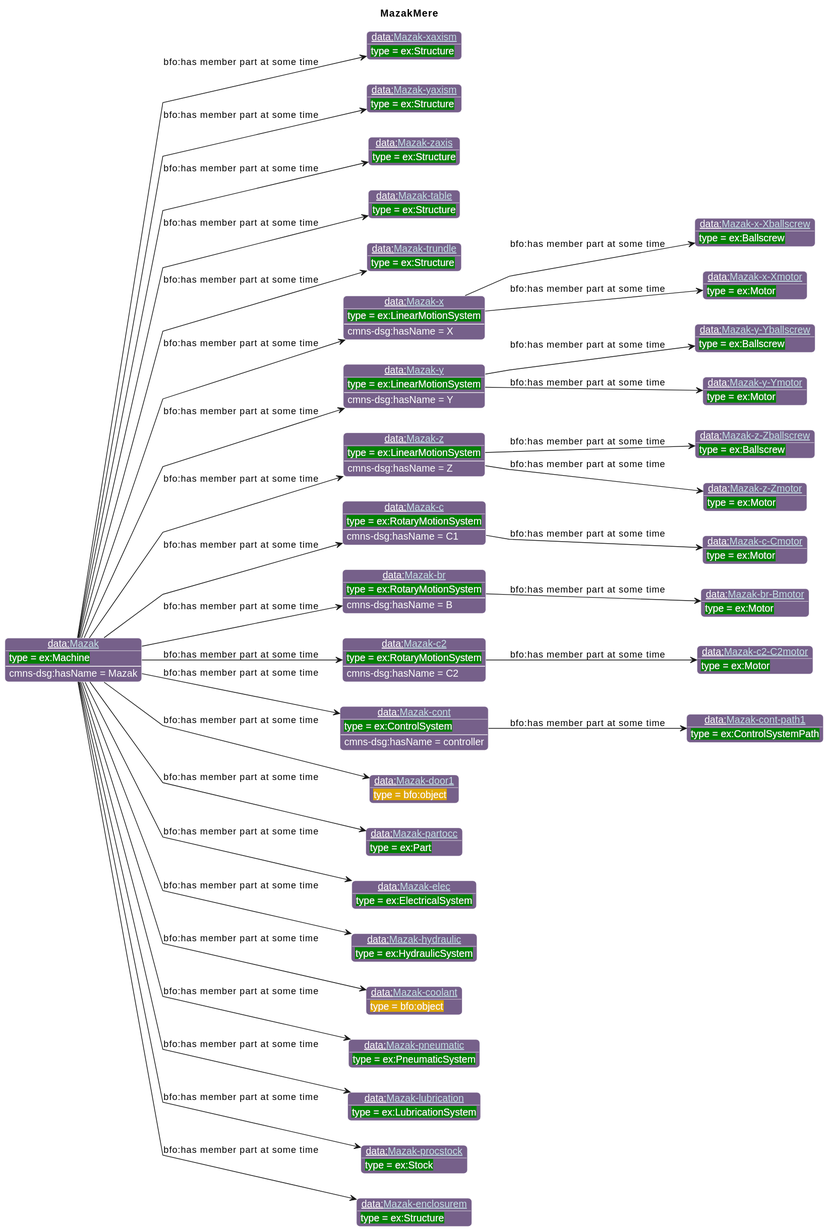
Before: diagrams/MazakMere.svg, a diagram exported from PlantUML (iofoundry/example-syseng-mtconnect).
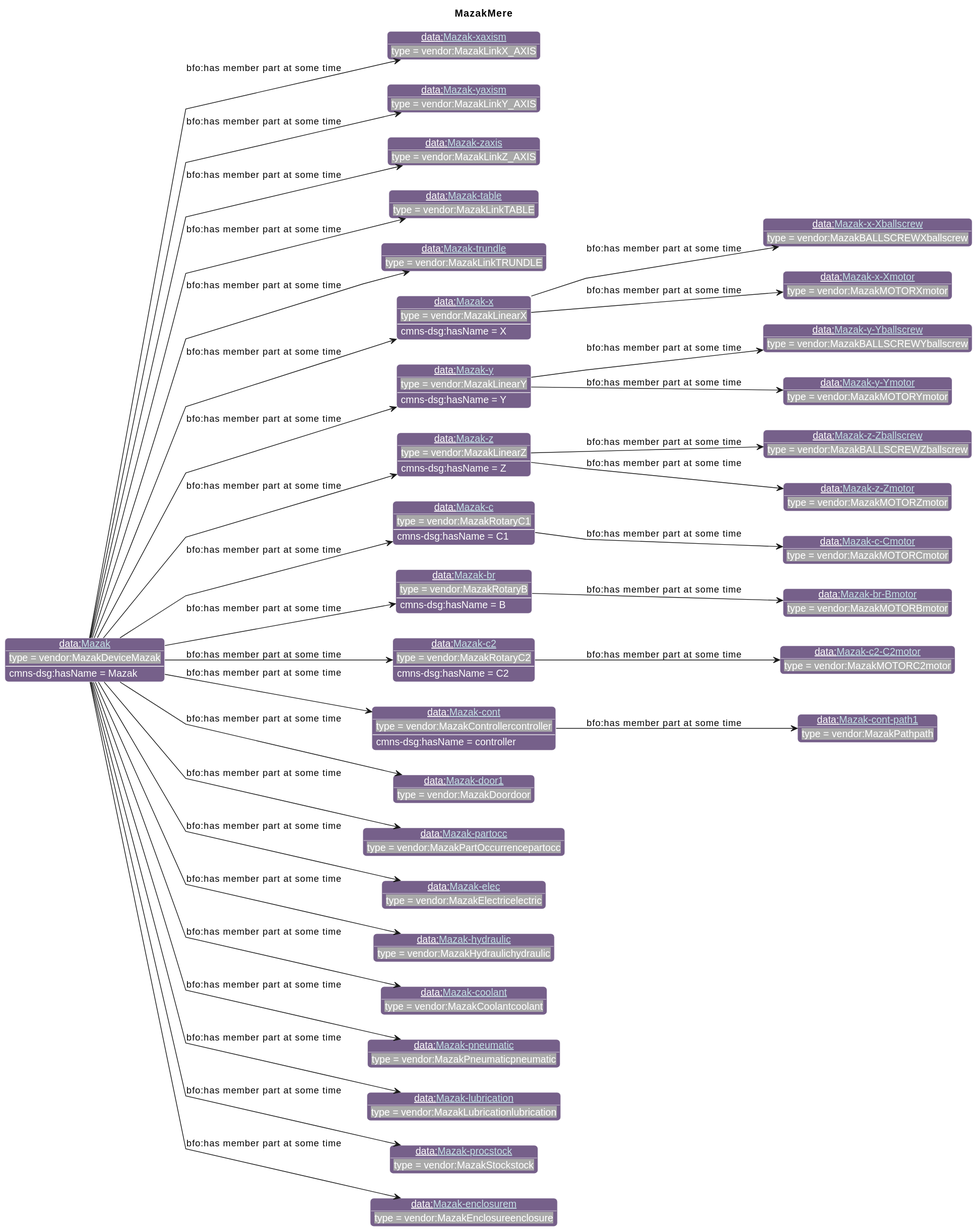
Above is the later version.

Change to the diagram source:
```diff
@@ -19,38 +19,38 @@
                       "ns1":"76608A",
 "ex":"Green","data":"76608A","core":"000000","units":"8A2D3B","qp":"641B2E","cmns-dsg":"3A0519"
 }
-individual(o1, data:[[./Mazak.html Mazak]], ex:Machine)
-individual(o2, data:[[./Mazak-xaxism.html Mazak-xaxism]], ex:Structure)
-individual(o3, data:[[./Mazak-yaxism.html Mazak-yaxism]], ex:Structure)
-individual(o4, data:[[./Mazak-zaxis.html Mazak-zaxis]], ex:Structure)
-individual(o5, data:[[./Mazak-table.html Mazak-table]], ex:Structure)
-individual(o6, data:[[./Mazak-trundle.html Mazak-trundle]], ex:Structure)
-individual(o7, data:[[./Mazak-x.html Mazak-x]], ex:LinearMotionSystem)
-individual(o8, data:[[./Mazak-y.html Mazak-y]], ex:LinearMotionSystem)
-individual(o9, data:[[./Mazak-z.html Mazak-z]], ex:LinearMotionSystem)
-individual(o10, data:[[./Mazak-c.html Mazak-c]], ex:RotaryMotionSystem)
-individual(o11, data:[[./Mazak-br.html Mazak-br]], ex:RotaryMotionSystem)
-individual(o12, data:[[./Mazak-c2.html Mazak-c2]], ex:RotaryMotionSystem)
-individual(o13, data:[[./Mazak-cont.html Mazak-cont]], ex:ControlSystem)
-individual(o14, data:[[./Mazak-door1.html Mazak-door1]], "bfo:object")
-individual(o15, data:[[./Mazak-partocc.html Mazak-partocc]], ex:Part)
-individual(o16, data:[[./Mazak-elec.html Mazak-elec]], ex:ElectricalSystem)
-individual(o17, data:[[./Mazak-hydraulic.html Mazak-hydraulic]], ex:HydraulicSystem)
-individual(o18, data:[[./Mazak-coolant.html Mazak-coolant]], "bfo:object")
-individual(o19, data:[[./Mazak-pneumatic.html Mazak-pneumatic]], ex:PneumaticSystem)
-individual(o20, data:[[./Mazak-lubrication.html Mazak-lubrication]], ex:LubricationSystem)
-individual(o21, data:[[./Mazak-procstock.html Mazak-procstock]], ex:Stock)
-individual(o22, data:[[./Mazak-enclosurem.html Mazak-enclosurem]], ex:Structure)
-individual(o23, data:[[./Mazak-x-Xballscrew.html Mazak-x-Xballscrew]], ex:Ballscrew)
-individual(o24, data:[[./Mazak-x-Xmotor.html Mazak-x-Xmotor]], ex:Motor)
-individual(o25, data:[[./Mazak-y-Yballscrew.html Mazak-y-Yballscrew]], ex:Ballscrew)
-individual(o26, data:[[./Mazak-y-Ymotor.html Mazak-y-Ymotor]], ex:Motor)
-individual(o27, data:[[./Mazak-z-Zballscrew.html Mazak-z-Zballscrew]], ex:Ballscrew)
-individual(o28, data:[[./Mazak-z-Zmotor.html Mazak-z-Zmotor]], ex:Motor)
-individual(o29, data:[[./Mazak-c-Cmotor.html Mazak-c-Cmotor]], ex:Motor)
-individual(o30, data:[[./Mazak-br-Bmotor.html Mazak-br-Bmotor]], ex:Motor)
-individual(o31, data:[[./Mazak-c2-C2motor.html Mazak-c2-C2motor]], ex:Motor)
-individual(o32, data:[[./Mazak-cont-path1.html Mazak-cont-path1]], ex:ControlSystemPath)
+individual(o1, data:[[./Mazak.html Mazak]], vendor:MazakDeviceMazak)
+individual(o2, data:[[./Mazak-xaxism.html Mazak-xaxism]], vendor:MazakLinkX_AXIS)
+individual(o3, data:[[./Mazak-yaxism.html Mazak-yaxism]], vendor:MazakLinkY_AXIS)
+individual(o4, data:[[./Mazak-zaxis.html Mazak-zaxis]], vendor:MazakLinkZ_AXIS)
+individual(o5, data:[[./Mazak-table.html Mazak-table]], vendor:MazakLinkTABLE)
+individual(o6, data:[[./Mazak-trundle.html Mazak-trundle]], vendor:MazakLinkTRUNDLE)
+individual(o7, data:[[./Mazak-x.html Mazak-x]], vendor:MazakLinearX)
+individual(o8, data:[[./Mazak-y.html Mazak-y]], vendor:MazakLinearY)
+individual(o9, data:[[./Mazak-z.html Mazak-z]], vendor:MazakLinearZ)
+individual(o10, data:[[./Mazak-c.html Mazak-c]], vendor:MazakRotaryC1)
+individual(o11, data:[[./Mazak-br.html Mazak-br]], vendor:MazakRotaryB)
+individual(o12, data:[[./Mazak-c2.html Mazak-c2]], vendor:MazakRotaryC2)
+individual(o13, data:[[./Mazak-cont.html Mazak-cont]], vendor:MazakControllercontroller)
+individual(o14, data:[[./Mazak-door1.html Mazak-door1]], vendor:MazakDoordoor)
+individual(o15, data:[[./Mazak-partocc.html Mazak-partocc]], vendor:MazakPartOccurrencepartocc)
+individual(o16, data:[[./Mazak-elec.html Mazak-elec]], vendor:MazakElectricelectric)
+individual(o17, data:[[./Mazak-hydraulic.html Mazak-hydraulic]], vendor:MazakHydraulichydraulic)
+individual(o18, data:[[./Mazak-coolant.html Mazak-coolant]], vendor:MazakCoolantcoolant)
+individual(o19, data:[[./Mazak-pneumatic.html Mazak-pneumatic]], vendor:MazakPneumaticpneumatic)
+individual(o20, data:[[./Mazak-lubrication.html Mazak-lubrication]], vendor:MazakLubricationlubrication)
+individual(o21, data:[[./Mazak-procstock.html Mazak-procstock]], vendor:MazakStockstock)
+individual(o22, data:[[./Mazak-enclosurem.html Mazak-enclosurem]], vendor:MazakEnclosureenclosure)
+individual(o23, data:[[./Mazak-x-Xballscrew.html Mazak-x-Xballscrew]], vendor:MazakBALLSCREWXballscrew)
+individual(o24, data:[[./Mazak-x-Xmotor.html Mazak-x-Xmotor]], vendor:MazakMOTORXmotor)
+individual(o25, data:[[./Mazak-y-Yballscrew.html Mazak-y-Yballscrew]], vendor:MazakBALLSCREWYballscrew)
+individual(o26, data:[[./Mazak-y-Ymotor.html Mazak-y-Ymotor]], vendor:MazakMOTORYmotor)
+individual(o27, data:[[./Mazak-z-Zballscrew.html Mazak-z-Zballscrew]], vendor:MazakBALLSCREWZballscrew)
+individual(o28, data:[[./Mazak-z-Zmotor.html Mazak-z-Zmotor]], vendor:MazakMOTORZmotor)
+individual(o29, data:[[./Mazak-c-Cmotor.html Mazak-c-Cmotor]], vendor:MazakMOTORCmotor)
+individual(o30, data:[[./Mazak-br-Bmotor.html Mazak-br-Bmotor]], vendor:MazakMOTORBmotor)
+individual(o31, data:[[./Mazak-c2-C2motor.html Mazak-c2-C2motor]], vendor:MazakMOTORC2motor)
+individual(o32, data:[[./Mazak-cont-path1.html Mazak-cont-path1]], vendor:MazakPathpath)
 property(o1, "bfo:has member part at some time", o2)
 data(o1, cmns-dsg:hasName, Mazak)
 property(o1, "bfo:has member part at some time", o3)
```
